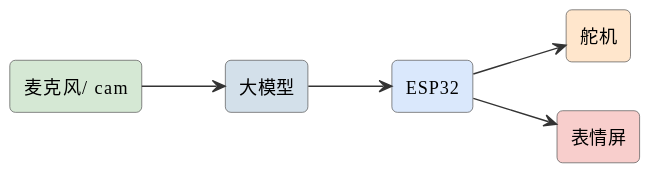
Before: assets/diagrams/ideas-fig10.svg, a diagram exported from PlantUML (mingyi0818/IntelligentMcuCourse).
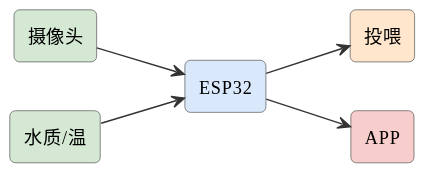
Later version of the same file.

Diff of the diagram source:
```diff
@@ -6,13 +6,13 @@
 skinparam arrowFontSize 11
 skinparam arrowColor #333
 left to right direction
-rectangle "麦克风/ cam" as mic #d5e8d4
-rectangle "大模型" as ai #d3e0ea
+rectangle "摄像头" as cam #d5e8d4
+rectangle "水质/温" as s #d5e8d4
 rectangle "ESP32" as esp #dae8fc
-rectangle "舵机" as servo #ffe6cc
-rectangle "表情屏" as scr #f8cecc
-mic --> ai
-ai --> esp
-esp --> servo
-esp --> scr
+rectangle "投喂" as feed #ffe6cc
+rectangle "APP" as app #f8cecc
+cam --> esp
+s --> esp
+esp --> feed
+esp --> app
 @enduml
```
